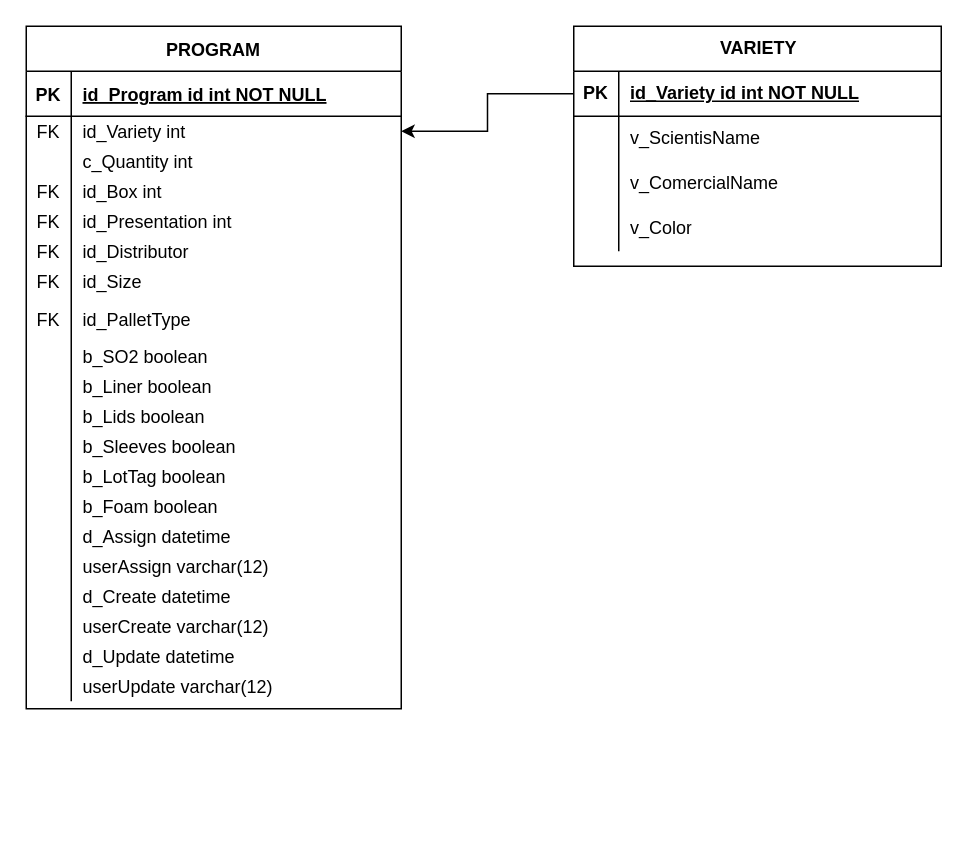
The draw.io diagram DrawIO/DBSisUvex.drawio in OshawkUvex/Diagrams, before the edit. Source tidied: cells renumbered, new cells numbered last; positions are measured from the earlier drawing's top-left corner, leaving out a move shared by most shapes. Both pictures are drawn from the tidied source at 150%, with x=0, y=0 at pixel (26, 26).
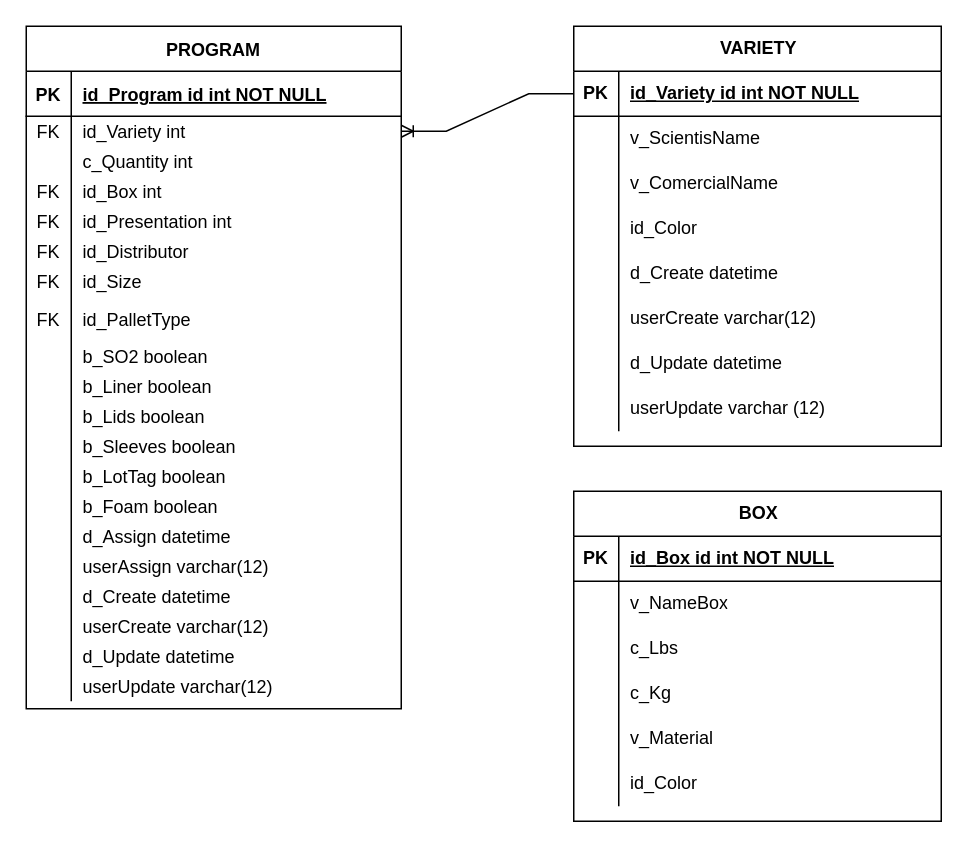
The same page after the edit.

Unchanged cells that the change refers to:
```xml
<mxCell id="6" style="shape=partialRectangle;fillColor=none;points=[[0,0.5],[1,0.5]];portConstraint=eastwest;top=0;left=0;right=0;bottom=0;" parent="2" vertex="1">
  <mxGeometry y="60" width="250" height="20" as="geometry" />
</mxCell>
<mxCell id="64" style="shape=tableRow;horizontal=0;startSize=0;swimlaneHead=0;swimlaneBody=0;fillColor=none;points=[[0,0.5],[1,0.5]];portConstraint=eastwest;top=0;left=0;right=0;bottom=1;" parent="63" vertex="1">
  <mxGeometry y="30" width="245" height="30" as="geometry" />
</mxCell>
<mxCell id="73" style="shape=tableRow;horizontal=0;startSize=0;swimlaneHead=0;swimlaneBody=0;fillColor=none;top=0;left=0;right=0;bottom=0;" parent="63" vertex="1">
  <mxGeometry y="120" width="245" height="30" as="geometry" />
</mxCell>
```

Change to the diagram source:
```diff
@@
     <mxCell id="63" value="VARIETY" style="shape=table;startSize=30;childLayout=tableLayout;rowLines=0;fontStyle=1;align=center;html=1;" parent="1" vertex="1">
-      <mxGeometry x="365" width="245" height="160" as="geometry" />
+      <mxGeometry x="365" width="245" height="280" as="geometry" />
     </mxCell>
@@
-    <mxCell id="75" value="v_Color" style="shape=partialRectangle;fillColor=none;top=0;left=0;bottom=0;right=0;align=left;spacingLeft=6;overflow=hidden;whiteSpace=wrap;html=1;" parent="73" vertex="1">
+    <mxCell id="75" value="id_Color" style="shape=partialRectangle;fillColor=none;top=0;left=0;bottom=0;right=0;align=left;spacingLeft=6;overflow=hidden;whiteSpace=wrap;html=1;" parent="73" vertex="1">
       <mxGeometry x="30" width="215" height="30" as="geometry" />
     </mxCell>
+    <mxCell id="77" style="shape=tableRow;horizontal=0;startSize=0;swimlaneHead=0;swimlaneBody=0;fillColor=none;top=0;left=0;right=0;bottom=0;" parent="63" vertex="1">
+      <mxGeometry y="150" width="245" height="30" as="geometry" />
+    </mxCell>
+    <mxCell id="78" style="shape=partialRectangle;fillColor=none;top=0;left=0;bottom=0;right=0;overflow=hidden;whiteSpace=wrap;html=1;" parent="77" vertex="1">
+      <mxGeometry width="30" height="30" as="geometry" />
+    </mxCell>
+    <mxCell id="79" value="d_Create datetime" style="shape=partialRectangle;fillColor=none;top=0;left=0;bottom=0;right=0;align=left;spacingLeft=6;overflow=hidden;whiteSpace=wrap;html=1;" parent="77" vertex="1">
+      <mxGeometry x="30" width="215" height="30" as="geometry" />
+    </mxCell>
+    <mxCell id="80" style="shape=tableRow;horizontal=0;startSize=0;swimlaneHead=0;swimlaneBody=0;fillColor=none;top=0;left=0;right=0;bottom=0;" parent="63" vertex="1">
+      <mxGeometry y="180" width="245" height="30" as="geometry" />
+    </mxCell>
+    <mxCell id="81" style="shape=partialRectangle;fillColor=none;top=0;left=0;bottom=0;right=0;overflow=hidden;whiteSpace=wrap;html=1;" parent="80" vertex="1">
+      <mxGeometry width="30" height="30" as="geometry" />
+    </mxCell>
+    <mxCell id="82" value="userCreate varchar(12)" style="shape=partialRectangle;fillColor=none;top=0;left=0;bottom=0;right=0;align=left;spacingLeft=6;overflow=hidden;whiteSpace=wrap;html=1;" parent="80" vertex="1">
+      <mxGeometry x="30" width="215" height="30" as="geometry" />
+    </mxCell>
+    <mxCell id="83" style="shape=tableRow;horizontal=0;startSize=0;swimlaneHead=0;swimlaneBody=0;fillColor=none;top=0;left=0;right=0;bottom=0;" parent="63" vertex="1">
+      <mxGeometry y="210" width="245" height="30" as="geometry" />
+    </mxCell>
+    <mxCell id="84" style="shape=partialRectangle;fillColor=none;top=0;left=0;bottom=0;right=0;overflow=hidden;whiteSpace=wrap;html=1;" parent="83" vertex="1">
+      <mxGeometry width="30" height="30" as="geometry" />
+    </mxCell>
+    <mxCell id="85" value="d_Update datetime" style="shape=partialRectangle;fillColor=none;top=0;left=0;bottom=0;right=0;align=left;spacingLeft=6;overflow=hidden;whiteSpace=wrap;html=1;" parent="83" vertex="1">
+      <mxGeometry x="30" width="215" height="30" as="geometry" />
+    </mxCell>
+    <mxCell id="86" style="shape=tableRow;horizontal=0;startSize=0;swimlaneHead=0;swimlaneBody=0;fillColor=none;top=0;left=0;right=0;bottom=0;" parent="63" vertex="1">
+      <mxGeometry y="240" width="245" height="30" as="geometry" />
+    </mxCell>
+    <mxCell id="87" style="shape=partialRectangle;fillColor=none;top=0;left=0;bottom=0;right=0;overflow=hidden;whiteSpace=wrap;html=1;" parent="86" vertex="1">
+      <mxGeometry width="30" height="30" as="geometry" />
+    </mxCell>
+    <mxCell id="88" value="userUpdate varchar (12)" style="shape=partialRectangle;fillColor=none;top=0;left=0;bottom=0;right=0;align=left;spacingLeft=6;overflow=hidden;whiteSpace=wrap;html=1;" parent="86" vertex="1">
+      <mxGeometry x="30" width="215" height="30" as="geometry" />
+    </mxCell>
-    <mxCell id="76" style="edgeStyle=orthogonalEdgeStyle;rounded=0;jettySize=auto;html=1;exitX=0;exitY=0.5;exitDx=0;exitDy=0;entryX=1;entryY=0.5;entryDx=0;entryDy=0;" parent="1" edge="1" source="64" target="6">
+    <mxCell id="76" style="edgeStyle=entityRelationEdgeStyle;fontSize=12;html=1;endArrow=ERoneToMany;rounded=0;entryX=1;entryY=0.5;entryDx=0;entryDy=0;exitX=0;exitY=0.5;exitDx=0;exitDy=0;" parent="1" edge="1" source="64" target="6">
       <mxGeometry relative="1" as="geometry" />
     </mxCell>
+    <mxCell id="89" value="BOX" style="shape=table;startSize=30;childLayout=tableLayout;rowLines=0;fontStyle=1;align=center;html=1;" parent="1" vertex="1">
+      <mxGeometry x="365" y="310" width="245" height="220" as="geometry" />
+    </mxCell>
+    <mxCell id="90" style="shape=tableRow;horizontal=0;startSize=0;swimlaneHead=0;swimlaneBody=0;fillColor=none;top=0;left=0;right=0;bottom=1;" parent="89" vertex="1">
+      <mxGeometry y="30" width="245" height="30" as="geometry" />
+    </mxCell>
+    <mxCell id="91" value="PK" style="shape=partialRectangle;fillColor=none;top=0;left=0;bottom=0;right=0;fontStyle=1;overflow=hidden;whiteSpace=wrap;html=1;" parent="90" vertex="1">
+      <mxGeometry width="30" height="30" as="geometry" />
+    </mxCell>
+    <mxCell id="92" value="id_Box id int NOT NULL" style="shape=partialRectangle;fillColor=none;top=0;left=0;bottom=0;right=0;align=left;spacingLeft=6;fontStyle=5;overflow=hidden;whiteSpace=wrap;html=1;" parent="90" vertex="1">
+      <mxGeometry x="30" width="215" height="30" as="geometry" />
+    </mxCell>
+    <mxCell id="93" style="shape=tableRow;horizontal=0;startSize=0;swimlaneHead=0;swimlaneBody=0;fillColor=none;top=0;left=0;right=0;bottom=0;" parent="89" vertex="1">
+      <mxGeometry y="60" width="245" height="30" as="geometry" />
+    </mxCell>
+    <mxCell id="94" style="shape=partialRectangle;fillColor=none;top=0;left=0;bottom=0;right=0;overflow=hidden;whiteSpace=wrap;html=1;" parent="93" vertex="1">
+      <mxGeometry width="30" height="30" as="geometry" />
+    </mxCell>
+    <mxCell id="95" value="v_NameBox" style="shape=partialRectangle;fillColor=none;top=0;left=0;bottom=0;right=0;align=left;spacingLeft=6;overflow=hidden;whiteSpace=wrap;html=1;" parent="93" vertex="1">
+      <mxGeometry x="30" width="215" height="30" as="geometry" />
+    </mxCell>
+    <mxCell id="96" style="shape=tableRow;horizontal=0;startSize=0;swimlaneHead=0;swimlaneBody=0;fillColor=none;top=0;left=0;right=0;bottom=0;" parent="89" vertex="1">
+      <mxGeometry y="90" width="245" height="30" as="geometry" />
+    </mxCell>
+    <mxCell id="97" style="shape=partialRectangle;fillColor=none;top=0;left=0;bottom=0;right=0;overflow=hidden;whiteSpace=wrap;html=1;" parent="96" vertex="1">
+      <mxGeometry width="30" height="30" as="geometry" />
+    </mxCell>
+    <mxCell id="98" value="c_Lbs" style="shape=partialRectangle;fillColor=none;top=0;left=0;bottom=0;right=0;align=left;spacingLeft=6;overflow=hidden;whiteSpace=wrap;html=1;" parent="96" vertex="1">
+      <mxGeometry x="30" width="215" height="30" as="geometry" />
+    </mxCell>
+    <mxCell id="99" style="shape=tableRow;horizontal=0;startSize=0;swimlaneHead=0;swimlaneBody=0;fillColor=none;top=0;left=0;right=0;bottom=0;" parent="89" vertex="1">
+      <mxGeometry y="120" width="245" height="30" as="geometry" />
+    </mxCell>
+    <mxCell id="100" style="shape=partialRectangle;fillColor=none;top=0;left=0;bottom=0;right=0;overflow=hidden;whiteSpace=wrap;html=1;" parent="99" vertex="1">
+      <mxGeometry width="30" height="30" as="geometry" />
+    </mxCell>
+    <mxCell id="101" value="c_Kg" style="shape=partialRectangle;fillColor=none;top=0;left=0;bottom=0;right=0;align=left;spacingLeft=6;overflow=hidden;whiteSpace=wrap;html=1;" parent="99" vertex="1">
+      <mxGeometry x="30" width="215" height="30" as="geometry" />
+    </mxCell>
+    <mxCell id="102" style="shape=tableRow;horizontal=0;startSize=0;swimlaneHead=0;swimlaneBody=0;fillColor=none;top=0;left=0;right=0;bottom=0;" parent="89" vertex="1">
+      <mxGeometry y="150" width="245" height="30" as="geometry" />
+    </mxCell>
+    <mxCell id="103" style="shape=partialRectangle;fillColor=none;top=0;left=0;bottom=0;right=0;overflow=hidden;whiteSpace=wrap;html=1;" parent="102" vertex="1">
+      <mxGeometry width="30" height="30" as="geometry" />
+    </mxCell>
+    <mxCell id="104" value="v_Material" style="shape=partialRectangle;fillColor=none;top=0;left=0;bottom=0;right=0;align=left;spacingLeft=6;overflow=hidden;whiteSpace=wrap;html=1;" parent="102" vertex="1">
+      <mxGeometry x="30" width="215" height="30" as="geometry" />
+    </mxCell>
+    <mxCell id="105" style="shape=tableRow;horizontal=0;startSize=0;swimlaneHead=0;swimlaneBody=0;fillColor=none;top=0;left=0;right=0;bottom=0;" parent="89" vertex="1">
+      <mxGeometry y="180" width="245" height="30" as="geometry" />
+    </mxCell>
+    <mxCell id="106" style="shape=partialRectangle;fillColor=none;top=0;left=0;bottom=0;right=0;overflow=hidden;whiteSpace=wrap;html=1;" parent="105" vertex="1">
+      <mxGeometry width="30" height="30" as="geometry" />
+    </mxCell>
+    <mxCell id="107" value="id_Color" style="shape=partialRectangle;fillColor=none;top=0;left=0;bottom=0;right=0;align=left;spacingLeft=6;overflow=hidden;whiteSpace=wrap;html=1;" parent="105" vertex="1">
+      <mxGeometry x="30" width="215" height="30" as="geometry" />
+    </mxCell>
```
